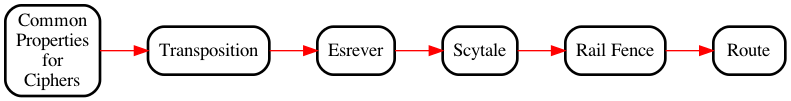
Before: misc/TranspositionCiphers.gv.png, a diagram exported from Graphviz (weaversa/cryptol-course). Its source is kept beside it as misc/TranspositionCiphers.gv.
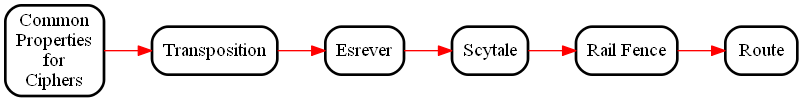
Later version of the same file.

What changed in the source:
```diff
@@ -1,17 +1,18 @@
 digraph  {
 
+  bgcolor="transparent";
   rankdir="LR";
 
   node [shape="box", style="rounded,filled", fillcolor="white", penwidth = 2];
   edge [penwidth = 1];
 
 
-  CommonPropertiesforCiphers [URL="https://github.com/weaversa/cryptol-course/tree/L4y3rC4k3/labs/Transposition/CommonProperties.md"];
-  Transposition              [URL="https://github.com/weaversa/cryptol-course/tree/L4y3rC4k3/labs/Transposition/Transposition.md"];
-  Esrever                    [URL="https://github.com/weaversa/cryptol-course/tree/L4y3rC4k3/labs/Transposition/Esrever.md"];
-  Scytale                    [URL="https://github.com/weaversa/cryptol-course/tree/L4y3rC4k3/labs/Transposition/Scytale.md"];
-  RailFence                  [URL="https://github.com/weaversa/cryptol-course/tree/L4y3rC4k3/labs/Transposition/RailFence.md"];
-  Route                      [URL="https://github.com/weaversa/cryptol-course/tree/L4y3rC4k3/labs/Transposition/Route.md"];
+  CommonPropertiesforCiphers [URL="../labs/Transposition/CommonProperties.md"];
+  Transposition              [URL="../labs/Transposition/Transposition.md"];
+  Esrever                    [URL="../labs/Transposition/Esrever.md"];
+  Scytale                    [URL="../labs/Transposition/Scytale.md"];
+  RailFence                  [URL="../labs/Transposition/RailFence.md"];
+  Route                      [URL="../labs/Transposition/Route.md"];
 
   node [fillcolor="white"];
 
```
